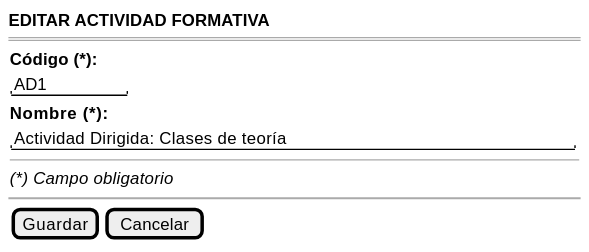
The PlantUML diagram images/RUP/01-requisitos/03-detalle-casos-uso/editarActividadFormativa/wireframe.svg in mmasias/pyCeldaPublico, before a commit. Its diagram source:
```plantuml
@startsalt editarActividadFormativa-wireframe
{
    <b>EDITAR ACTIVIDAD FORMATIVA</b>
    ====
    {
        <b>Código (*):</b>
        "AD1       "
        <b>Nombre (*):</b>
        "Actividad Dirigida: Clases de teoría              "
        --
        <i>(*) Campo obligatorio</i>
    }
    ~~
    {[Guardar] | [Cancelar]}
}
@endsalt
```
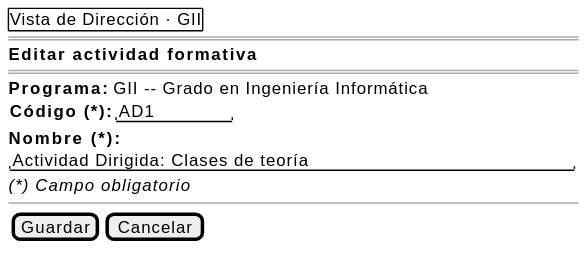
After the change.

Diff of the diagram source:
```diff
@@ -1,16 +1,17 @@
 @startsalt editarActividadFormativa-wireframe
 {
-    <b>EDITAR ACTIVIDAD FORMATIVA</b>
+    {+ Vista de Dirección · GII }
     ====
+    <b>Editar actividad formativa</b>
+    ====
+    <b>Programa:</b> GII -- Grado en Ingeniería Informática
     {
-        <b>Código (*):</b>
-        "AD1       "
-        <b>Nombre (*):</b>
-        "Actividad Dirigida: Clases de teoría              "
-        --
-        <i>(*) Campo obligatorio</i>
+        <b>Código (*):</b> | "AD1       "
     }
-    ~~
+    <b>Nombre (*):</b>
+    "Actividad Dirigida: Clases de teoría              "
+    <i>(*) Campo obligatorio</i>
+    --
     {[Guardar] | [Cancelar]}
 }
 @endsalt
```
